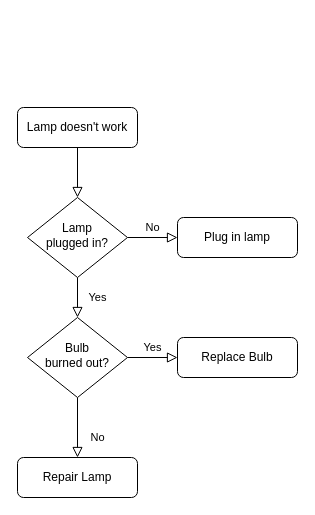
Above: Untitled Diagram.drawio in alo77/SDEV120 (draw.io), before the change. Source tidied: cells renumbered, new cells numbered last; positions are measured from the earlier drawing's top-left corner, leaving out a move shared by most shapes. Both pictures are drawn from the tidied source at 100%, with x=0, y=0 at pixel (17, 107).
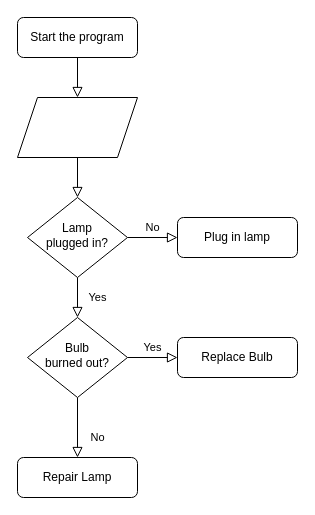
Above is the later version.

The edit, as a diff of the source:
```diff
@@
 <mxGraphModel>
   <root>
     <mxCell id="0" />
     <mxCell id="1" parent="0" />
-    <mxCell id="2" style="rounded=0;html=1;jettySize=auto;fontSize=11;endArrow=block;endFill=0;endSize=8;strokeWidth=1;shadow=0;labelBackgroundColor=none;edgeStyle=orthogonalEdgeStyle;" parent="1" edge="1" source="3" target="6">
+    <mxCell id="2" style="rounded=0;html=1;jettySize=auto;fontSize=11;endArrow=block;endFill=0;endSize=8;strokeWidth=1;shadow=0;labelBackgroundColor=none;edgeStyle=orthogonalEdgeStyle;" parent="1" edge="1" source="14" target="6">
       <mxGeometry relative="1" as="geometry" />
     </mxCell>
-    <mxCell id="3" value="Lamp doesn't work" style="rounded=1;whiteSpace=wrap;html=1;fontSize=12;glass=0;strokeWidth=1;shadow=0;" parent="1" vertex="1">
-      <mxGeometry width="120" height="40" as="geometry" />
+    <mxCell id="3" value="Start the program" style="rounded=1;whiteSpace=wrap;html=1;fontSize=12;glass=0;strokeWidth=1;shadow=0;" parent="1" vertex="1">
+      <mxGeometry y="-90" width="120" height="40" as="geometry" />
     </mxCell>
     <mxCell id="4" value="Yes" style="rounded=0;html=1;jettySize=auto;fontSize=11;endArrow=block;endFill=0;endSize=8;strokeWidth=1;shadow=0;labelBackgroundColor=none;edgeStyle=orthogonalEdgeStyle;" parent="1" edge="1" source="6" target="10">
       <mxGeometry y="20" relative="1" as="geometry" />
     </mxCell>
     <mxCell id="5" value="No" style="edgeStyle=orthogonalEdgeStyle;rounded=0;html=1;jettySize=auto;fontSize=11;endArrow=block;endFill=0;endSize=8;strokeWidth=1;shadow=0;labelBackgroundColor=none;" parent="1" edge="1" source="6" target="7">
       <mxGeometry y="10" relative="1" as="geometry" />
     </mxCell>
     <mxCell id="6" value="Lamp&lt;br&gt;plugged in?" style="rhombus;whiteSpace=wrap;html=1;shadow=0;fontFamily=Helvetica;fontSize=12;align=center;strokeWidth=1;spacing=6;spacingTop=-4;" parent="1" vertex="1">
       <mxGeometry x="10" y="90" width="100" height="80" as="geometry" />
     </mxCell>
     <mxCell id="7" value="Plug in lamp" style="rounded=1;whiteSpace=wrap;html=1;fontSize=12;glass=0;strokeWidth=1;shadow=0;" parent="1" vertex="1">
       <mxGeometry x="160" y="110" width="120" height="40" as="geometry" />
     </mxCell>
     <mxCell id="8" value="No" style="rounded=0;html=1;jettySize=auto;fontSize=11;endArrow=block;endFill=0;endSize=8;strokeWidth=1;shadow=0;labelBackgroundColor=none;edgeStyle=orthogonalEdgeStyle;" parent="1" edge="1" source="10" target="11">
       <mxGeometry x="0.33" y="20" relative="1" as="geometry" />
     </mxCell>
     <mxCell id="9" value="Yes" style="edgeStyle=orthogonalEdgeStyle;rounded=0;html=1;jettySize=auto;fontSize=11;endArrow=block;endFill=0;endSize=8;strokeWidth=1;shadow=0;labelBackgroundColor=none;" parent="1" edge="1" source="10" target="12">
       <mxGeometry y="10" relative="1" as="geometry" />
     </mxCell>
     <mxCell id="10" value="Bulb&lt;br&gt;burned out?" style="rhombus;whiteSpace=wrap;html=1;shadow=0;fontFamily=Helvetica;fontSize=12;align=center;strokeWidth=1;spacing=6;spacingTop=-4;" parent="1" vertex="1">
       <mxGeometry x="10" y="210" width="100" height="80" as="geometry" />
     </mxCell>
     <mxCell id="11" value="Repair Lamp" style="rounded=1;whiteSpace=wrap;html=1;fontSize=12;glass=0;strokeWidth=1;shadow=0;" parent="1" vertex="1">
       <mxGeometry y="350" width="120" height="40" as="geometry" />
     </mxCell>
     <mxCell id="12" value="Replace Bulb" style="rounded=1;whiteSpace=wrap;html=1;fontSize=12;glass=0;strokeWidth=1;shadow=0;" parent="1" vertex="1">
       <mxGeometry x="160" y="230" width="120" height="40" as="geometry" />
     </mxCell>
+    <mxCell id="13" style="rounded=0;html=1;jettySize=auto;fontSize=11;endArrow=block;endFill=0;endSize=8;strokeWidth=1;shadow=0;labelBackgroundColor=none;edgeStyle=orthogonalEdgeStyle;" parent="1" edge="1" source="3" target="14">
+      <mxGeometry relative="1" as="geometry" />
+    </mxCell>
+    <mxCell id="14" style="shape=parallelogram;perimeter=parallelogramPerimeter;whiteSpace=wrap;html=1;fixedSize=1;" parent="1" vertex="1">
+      <mxGeometry y="-10" width="120" height="60" as="geometry" />
+    </mxCell>
   </root>
 </mxGraphModel>
```
